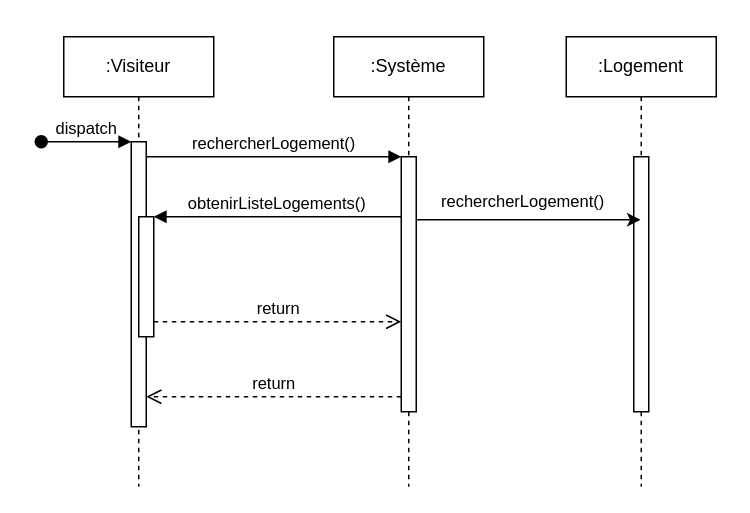
This is Diagramme sans nom.drawio from LATIF-SB/moocsi, a draw.io file, before an edit. Source tidied: cells renumbered, new cells numbered last; positions are measured from the earlier drawing's top-left corner, leaving out a move shared by most shapes. Both pictures are drawn from the tidied source at 150%, with x=0, y=0 at pixel (40, 36).
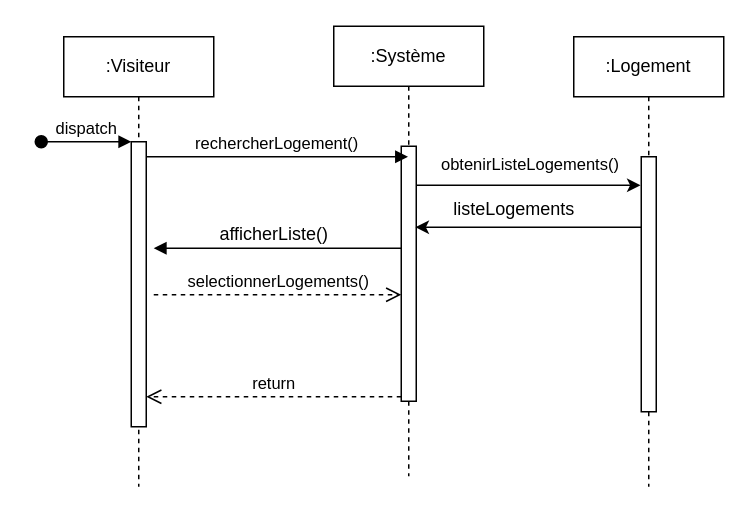
After the change.

Commit message:
Mettre à jour Diagramme sc1.1

Unchanged cells that the change refers to:
```xml
<mxCell id="2" value=":Visiteur" style="shape=umlLifeline;perimeter=lifelinePerimeter;whiteSpace=wrap;html=1;newEdgeStyle={&quot;edgeStyle&quot;:&quot;elbowEdgeStyle&quot;,&quot;elbow&quot;:&quot;vertical&quot;,&quot;curved&quot;:0,&quot;rounded&quot;:0};" parent="1" vertex="1">
  <mxGeometry x="15" width="100" height="300" as="geometry" />
</mxCell>
<mxCell id="3" style="html=1;points=[];perimeter=orthogonalPerimeter;outlineConnect=0;targetShapes=umlLifeline;portConstraint=eastwest;newEdgeStyle={&quot;edgeStyle&quot;:&quot;elbowEdgeStyle&quot;,&quot;elbow&quot;:&quot;vertical&quot;,&quot;curved&quot;:0,&quot;rounded&quot;:0};" parent="2" vertex="1">
  <mxGeometry x="45" y="70" width="10" height="190" as="geometry" />
</mxCell>
<mxCell id="7" style="html=1;points=[];perimeter=orthogonalPerimeter;outlineConnect=0;targetShapes=umlLifeline;portConstraint=eastwest;newEdgeStyle={&quot;edgeStyle&quot;:&quot;elbowEdgeStyle&quot;,&quot;elbow&quot;:&quot;vertical&quot;,&quot;curved&quot;:0,&quot;rounded&quot;:0};" parent="6" vertex="1">
  <mxGeometry x="45" y="80" width="10" height="170" as="geometry" />
</mxCell>
```

The edit, as a diff of the source:
```diff
@@
-    <mxCell id="5" style="html=1;points=[];perimeter=orthogonalPerimeter;outlineConnect=0;targetShapes=umlLifeline;portConstraint=eastwest;newEdgeStyle={&quot;edgeStyle&quot;:&quot;elbowEdgeStyle&quot;,&quot;elbow&quot;:&quot;vertical&quot;,&quot;curved&quot;:0,&quot;rounded&quot;:0};" parent="2" vertex="1">
-      <mxGeometry x="50" y="120" width="10" height="80" as="geometry" />
-    </mxCell>
     <mxCell id="6" value=":Système" style="shape=umlLifeline;perimeter=lifelinePerimeter;whiteSpace=wrap;html=1;outlineConnect=0;portConstraint=eastwest;newEdgeStyle={&quot;edgeStyle&quot;:&quot;elbowEdgeStyle&quot;,&quot;elbow&quot;:&quot;vertical&quot;,&quot;curved&quot;:0,&quot;rounded&quot;:0};" parent="1" vertex="1">
-      <mxGeometry x="195" width="100" height="300" as="geometry" />
+      <mxGeometry x="195" y="-7" width="100" height="300" as="geometry" />
     </mxCell>
@@
-    <mxCell id="8" value="rechercherLogement()" style="html=1;verticalAlign=bottom;endArrow=block;edgeStyle=elbowEdgeStyle;elbow=vertical;curved=0;rounded=0;" parent="1" edge="1" source="3" target="7">
+    <mxCell id="8" value="rechercherLogement()" style="html=1;verticalAlign=bottom;endArrow=block;edgeStyle=elbowEdgeStyle;elbow=vertical;curved=0;rounded=0;" parent="1" edge="1" source="3" target="6">
       <mxGeometry relative="1" as="geometry">
         <Array as="points">
           <mxPoint x="155" y="80" />
         </Array>
       </mxGeometry>
     </mxCell>
@@
-    <mxCell id="10" value="obtenirListeLogements()" style="html=1;verticalAlign=bottom;endArrow=block;edgeStyle=elbowEdgeStyle;elbow=vertical;curved=0;rounded=0;" parent="1" edge="1" source="7" target="5">
+    <mxCell id="10" style="html=1;verticalAlign=bottom;endArrow=block;edgeStyle=elbowEdgeStyle;elbow=vertical;curved=0;rounded=0;" parent="1" edge="1">
       <mxGeometry x="0.01" relative="1" as="geometry">
+        <mxPoint x="240" y="141" as="sourcePoint" />
+        <mxPoint x="75" y="141" as="targetPoint" />
         <Array as="points">
-          <mxPoint x="165" y="120" />
+          <mxPoint x="165" y="141" />
         </Array>
       </mxGeometry>
     </mxCell>
-    <mxCell id="11" value="return" style="html=1;verticalAlign=bottom;endArrow=open;dashed=1;endSize=8;edgeStyle=elbowEdgeStyle;elbow=vertical;curved=0;rounded=0;" parent="1" edge="1" source="5" target="7">
-      <mxGeometry relative="1" as="geometry">
+    <mxCell id="11" value="selectionnerLogements()" style="html=1;verticalAlign=bottom;endArrow=open;dashed=1;endSize=8;edgeStyle=elbowEdgeStyle;elbow=horizontal;curved=0;rounded=0;" parent="1" edge="1">
+      <mxGeometry x="0.01" relative="1" as="geometry">
+        <mxPoint x="75" y="172" as="sourcePoint" />
+        <mxPoint x="240" y="172" as="targetPoint" />
         <Array as="points">
-          <mxPoint x="155" y="190" />
+          <mxPoint x="155" y="172" />
         </Array>
       </mxGeometry>
     </mxCell>
     <mxCell id="12" value=":Logement" style="shape=umlLifeline;perimeter=lifelinePerimeter;whiteSpace=wrap;html=1;newEdgeStyle={&quot;edgeStyle&quot;:&quot;elbowEdgeStyle&quot;,&quot;elbow&quot;:&quot;vertical&quot;,&quot;curved&quot;:0,&quot;rounded&quot;:0};" parent="1" vertex="1">
-      <mxGeometry x="350" width="100" height="300" as="geometry" />
+      <mxGeometry x="355" width="100" height="300" as="geometry" />
     </mxCell>
@@
     <mxCell id="14" style="edgeStyle=elbowEdgeStyle;rounded=0;orthogonalLoop=1;jettySize=auto;html=1;elbow=vertical;curved=0;" parent="1" edge="1">
       <mxGeometry relative="1" as="geometry">
-        <mxPoint x="250" y="122" as="sourcePoint" />
-        <mxPoint x="399.5" y="122" as="targetPoint" />
+        <mxPoint x="250" y="99" as="sourcePoint" />
+        <mxPoint x="399.5" y="99" as="targetPoint" />
       </mxGeometry>
     </mxCell>
-    <mxCell id="15" value="&lt;span style=&quot;color: rgb(0, 0, 0); font-family: Helvetica; font-size: 11px; font-style: normal; font-variant-ligatures: normal; font-variant-caps: normal; font-weight: 400; letter-spacing: normal; orphans: 2; text-align: center; text-indent: 0px; text-transform: none; widows: 2; word-spacing: 0px; -webkit-text-stroke-width: 0px; white-space: nowrap; background-color: rgb(255, 255, 255); text-decoration-thickness: initial; text-decoration-style: initial; text-decoration-color: initial; display: inline !important; float: none;&quot;&gt;rechercherLogement()&lt;/span&gt;" style="text;whiteSpace=wrap;html=1;" parent="1" vertex="1">
-      <mxGeometry x="265" y="96" width="140" height="40" as="geometry" />
+    <mxCell id="15" value="&lt;span style=&quot;font-size: 11px; text-align: center; text-wrap-mode: nowrap; background-color: rgb(255, 255, 255);&quot;&gt;obtenirListeLogements()&lt;/span&gt;" style="text;whiteSpace=wrap;html=1;" parent="1" vertex="1">
+      <mxGeometry x="265" y="71" width="140" height="40" as="geometry" />
     </mxCell>
+    <mxCell id="16" style="edgeStyle=elbowEdgeStyle;rounded=0;orthogonalLoop=1;jettySize=auto;html=1;elbow=vertical;curved=0;" parent="1" edge="1">
+      <mxGeometry relative="1" as="geometry">
+        <mxPoint x="400" y="127" as="sourcePoint" />
+        <mxPoint x="249.5" y="127" as="targetPoint" />
+      </mxGeometry>
+    </mxCell>
+    <mxCell id="17" value="listeLogements" style="text;html=1;align=center;verticalAlign=middle;strokeColor=none;fillColor=none;" parent="1" vertex="1">
+      <mxGeometry x="265" y="100" width="100" height="30" as="geometry" />
+    </mxCell>
+    <mxCell id="18" value="afficherListe()" style="text;html=1;align=center;verticalAlign=middle;strokeColor=none;fillColor=none;" parent="1" vertex="1">
+      <mxGeometry x="105" y="117" width="100" height="30" as="geometry" />
+    </mxCell>
```
